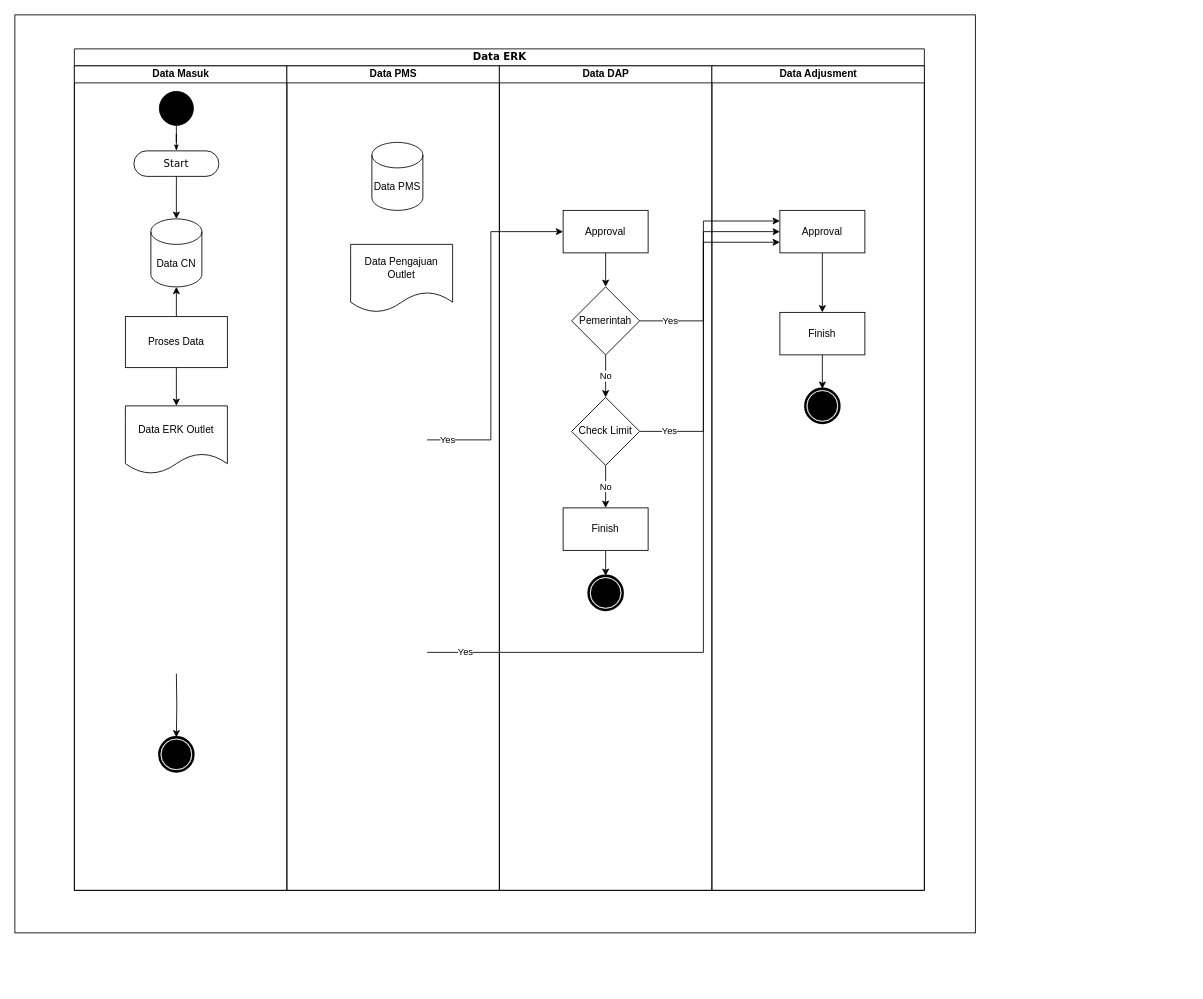
This is page "BP-ERK" (3 of 5) of Sitemap-PieMeS.drawio from muhamadfarkhan/system-analyst, a draw.io file, before an edit. Source tidied: cells renumbered, new cells numbered last; positions are measured from the earlier drawing's top-left corner, leaving out a move shared by most shapes. Both pictures are drawn from the tidied source at 85%, with x=0, y=0 at pixel (14, 14).
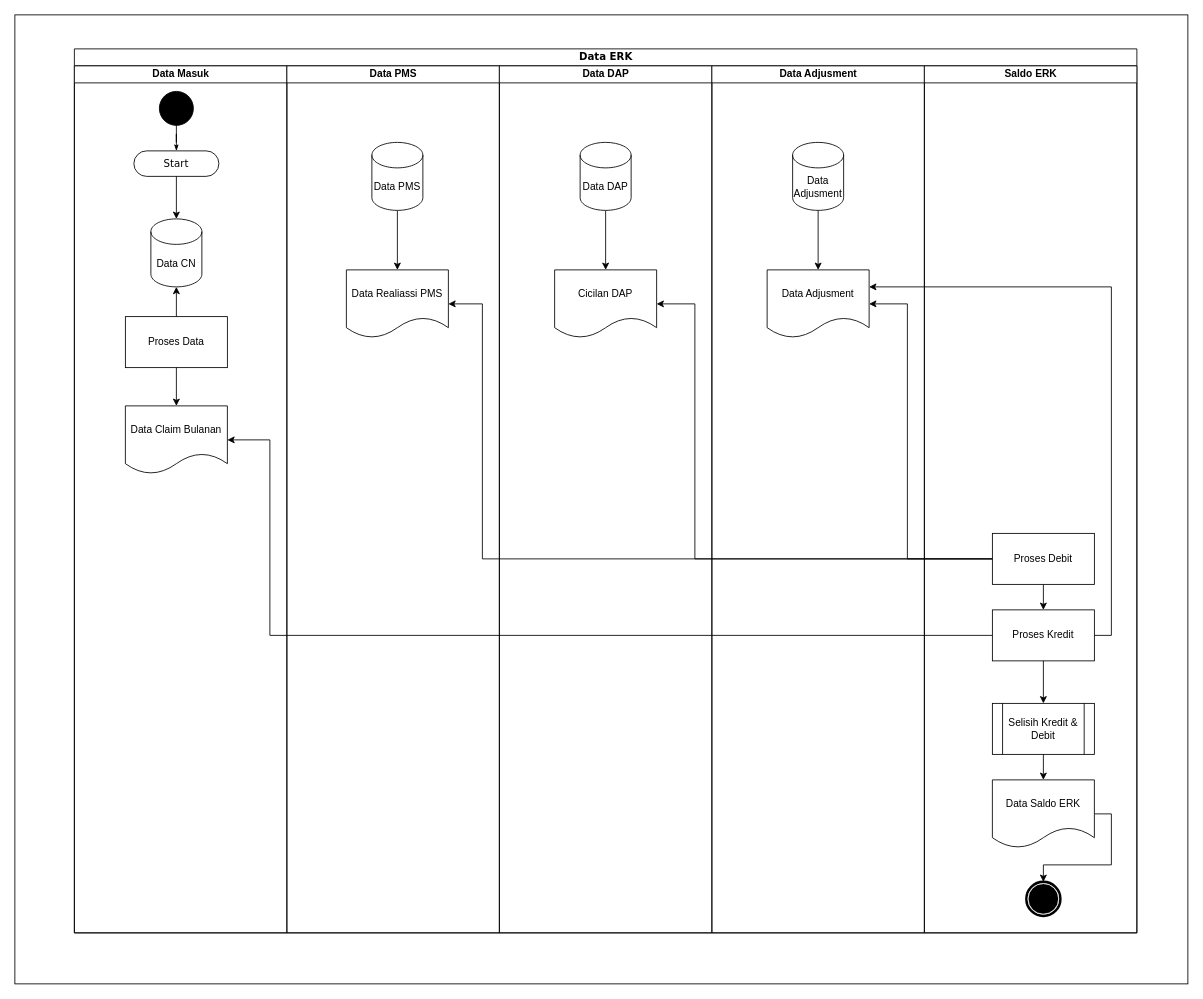
Above is the later version.

Unchanged cells that the change refers to:
```xml
<mxCell id="38" value="Data PMS" style="shape=cylinder3;whiteSpace=wrap;html=1;boundedLbl=1;backgroundOutline=1;size=15;" parent="1" vertex="1">
  <mxGeometry x="420" y="150" width="60" height="80" as="geometry" />
</mxCell>
```

Diff of the diagram source:
```diff
@@
     <mxCell id="2" style="rounded=0;whiteSpace=wrap;html=1;" parent="1" vertex="1">
-      <mxGeometry width="1130" height="1080" as="geometry" />
+      <mxGeometry width="1380" height="1140" as="geometry" />
     </mxCell>
     <mxCell id="3" value="Data ERK" style="swimlane;html=1;startSize=20;rounded=0;shadow=0;comic=0;labelBackgroundColor=none;strokeWidth=1;fontFamily=Verdana;fontSize=12;align=center;" parent="1" vertex="1">
-      <mxGeometry x="70" y="40" width="1000" height="990" as="geometry" />
+      <mxGeometry x="70" y="40" width="1250" height="1040" as="geometry" />
     </mxCell>
     <mxCell id="4" value="Data Masuk" style="swimlane;html=1;startSize=20;" parent="3" vertex="1">
-      <mxGeometry y="20" width="250" height="970" as="geometry" />
+      <mxGeometry y="20" width="250" height="1020" as="geometry" />
     </mxCell>
@@
-    <mxCell id="9" style="shape=mxgraph.bpmn.shape;html=1;verticalLabelPosition=bottom;labelBackgroundColor=#ffffff;verticalAlign=top;perimeter=ellipsePerimeter;outline=end;symbol=terminate;rounded=0;shadow=0;comic=0;strokeWidth=1;fontFamily=Verdana;fontSize=12;align=center;" parent="4" vertex="1">
-      <mxGeometry x="100" y="790" width="40" height="40" as="geometry" />
-    </mxCell>
-    <mxCell id="10" style="edgeStyle=orthogonalEdgeStyle;rounded=0;jettySize=auto;html=1;exitX=0.5;exitY=1;exitDx=0;exitDy=0;entryX=0.5;entryY=0;entryDx=0;entryDy=0;" parent="4" edge="1" target="9">
-      <mxGeometry relative="1" as="geometry">
-        <mxPoint x="120" y="715" as="sourcePoint" />
-      </mxGeometry>
-    </mxCell>
     <mxCell id="11" value="Data PMS" style="swimlane;html=1;startSize=20;" parent="3" vertex="1">
-      <mxGeometry x="250" y="20" width="250" height="970" as="geometry" />
+      <mxGeometry x="250" y="20" width="250" height="1020" as="geometry" />
     </mxCell>
-    <mxCell id="12" value="Data Pengajuan Outlet" style="shape=document;whiteSpace=wrap;html=1;boundedLbl=1;" parent="11" vertex="1">
-      <mxGeometry x="75" y="210" width="120" height="80" as="geometry" />
+    <mxCell id="12" value="Data Realiassi PMS" style="shape=document;whiteSpace=wrap;html=1;boundedLbl=1;" parent="11" vertex="1">
+      <mxGeometry x="70" y="240" width="120" height="80" as="geometry" />
     </mxCell>
-    <mxCell id="13" value="Yes" style="edgeStyle=orthogonalEdgeStyle;rounded=0;jettySize=auto;html=1;exitX=1;exitY=0.5;exitDx=0;exitDy=0;entryX=0;entryY=0.25;entryDx=0;entryDy=0;" parent="3" edge="1" source="19" target="28">
-      <mxGeometry x="-0.75" relative="1" as="geometry">
-        <Array as="points">
-          <mxPoint x="740" y="320" />
-          <mxPoint x="740" y="203" />
-        </Array>
-        <mxPoint x="1" as="offset" />
-      </mxGeometry>
-    </mxCell>
-    <mxCell id="14" value="Yes" style="edgeStyle=orthogonalEdgeStyle;rounded=0;jettySize=auto;html=1;exitX=1;exitY=0.5;exitDx=0;exitDy=0;entryX=0;entryY=0.5;entryDx=0;entryDy=0;" parent="3" edge="1" target="17">
-      <mxGeometry x="-0.88" relative="1" as="geometry">
-        <mxPoint x="415" y="460" as="sourcePoint" />
-        <Array as="points">
-          <mxPoint x="490" y="460" />
-          <mxPoint x="490" y="215" />
-        </Array>
-      </mxGeometry>
-    </mxCell>
     <mxCell id="15" value="Data DAP" style="swimlane;html=1;startSize=20;" parent="3" vertex="1">
-      <mxGeometry x="500" y="20" width="250" height="970" as="geometry" />
+      <mxGeometry x="500" y="20" width="250" height="1020" as="geometry" />
     </mxCell>
-    <mxCell id="16" style="edgeStyle=orthogonalEdgeStyle;rounded=0;jettySize=auto;html=1;exitX=0.5;exitY=1;exitDx=0;exitDy=0;" parent="15" edge="1" source="17" target="19">
-      <mxGeometry relative="1" as="geometry" />
-    </mxCell>
-    <mxCell id="17" value="Approval" style="html=1;dashed=0;whiteSpace=wrap;" parent="15" vertex="1">
-      <mxGeometry x="75" y="170" width="100" height="50" as="geometry" />
-    </mxCell>
-    <mxCell id="18" value="No" style="edgeStyle=orthogonalEdgeStyle;rounded=0;jettySize=auto;html=1;exitX=0.5;exitY=1;exitDx=0;exitDy=0;" parent="15" edge="1" source="19" target="21">
-      <mxGeometry relative="1" as="geometry" />
-    </mxCell>
-    <mxCell id="19" value="Pemerintah" style="rhombus;whiteSpace=wrap;html=1;" parent="15" vertex="1">
-      <mxGeometry x="85" y="260" width="80" height="80" as="geometry" />
-    </mxCell>
-    <mxCell id="20" value="No" style="edgeStyle=orthogonalEdgeStyle;rounded=0;jettySize=auto;html=1;exitX=0.5;exitY=1;exitDx=0;exitDy=0;entryX=0.5;entryY=0;entryDx=0;entryDy=0;" parent="15" edge="1" source="21" target="23">
-      <mxGeometry relative="1" as="geometry" />
-    </mxCell>
-    <mxCell id="21" value="Check Limit" style="rhombus;whiteSpace=wrap;html=1;" parent="15" vertex="1">
-      <mxGeometry x="85" y="390" width="80" height="80" as="geometry" />
-    </mxCell>
-    <mxCell id="22" style="edgeStyle=orthogonalEdgeStyle;rounded=0;jettySize=auto;html=1;exitX=0.5;exitY=1;exitDx=0;exitDy=0;entryX=0.5;entryY=0;entryDx=0;entryDy=0;" parent="15" edge="1" source="23" target="24">
-      <mxGeometry relative="1" as="geometry" />
-    </mxCell>
-    <mxCell id="23" value="Finish" style="html=1;dashed=0;whiteSpace=wrap;" parent="15" vertex="1">
-      <mxGeometry x="75" y="520" width="100" height="50" as="geometry" />
-    </mxCell>
-    <mxCell id="24" style="shape=mxgraph.bpmn.shape;html=1;verticalLabelPosition=bottom;labelBackgroundColor=#ffffff;verticalAlign=top;perimeter=ellipsePerimeter;outline=end;symbol=terminate;rounded=0;shadow=0;comic=0;strokeWidth=1;fontFamily=Verdana;fontSize=12;align=center;" parent="15" vertex="1">
-      <mxGeometry x="105" y="600" width="40" height="40" as="geometry" />
-    </mxCell>
+    <mxCell id="39" value="Cicilan DAP" style="shape=document;whiteSpace=wrap;html=1;boundedLbl=1;" parent="15" vertex="1">
+      <mxGeometry x="65" y="240" width="120" height="80" as="geometry" />
+    </mxCell>
+    <mxCell id="40" style="edgeStyle=orthogonalEdgeStyle;rounded=0;jettySize=auto;html=1;exitX=0.5;exitY=1;exitDx=0;exitDy=0;exitPerimeter=0;" parent="15" edge="1" source="41" target="39">
+      <mxGeometry relative="1" as="geometry" />
+    </mxCell>
+    <mxCell id="41" value="Data DAP" style="shape=cylinder3;whiteSpace=wrap;html=1;boundedLbl=1;backgroundOutline=1;size=15;" parent="15" vertex="1">
+      <mxGeometry x="95" y="90" width="60" height="80" as="geometry" />
+    </mxCell>
     <mxCell id="25" value="Data Adjusment" style="swimlane;html=1;startSize=20;" parent="3" vertex="1">
-      <mxGeometry x="750" y="20" width="250" height="970" as="geometry" />
+      <mxGeometry x="750" y="20" width="250" height="1020" as="geometry" />
     </mxCell>
-    <mxCell id="26" style="shape=mxgraph.bpmn.shape;html=1;verticalLabelPosition=bottom;labelBackgroundColor=#ffffff;verticalAlign=top;perimeter=ellipsePerimeter;outline=end;symbol=terminate;rounded=0;shadow=0;comic=0;strokeWidth=1;fontFamily=Verdana;fontSize=12;align=center;" parent="25" vertex="1">
-      <mxGeometry x="110" y="380" width="40" height="40" as="geometry" />
-    </mxCell>
-    <mxCell id="27" style="edgeStyle=orthogonalEdgeStyle;rounded=0;jettySize=auto;html=1;exitX=0.5;exitY=1;exitDx=0;exitDy=0;" parent="25" edge="1" source="28" target="30">
-      <mxGeometry relative="1" as="geometry" />
-    </mxCell>
-    <mxCell id="28" value="Approval" style="html=1;dashed=0;whiteSpace=wrap;" parent="25" vertex="1">
-      <mxGeometry x="80" y="170" width="100" height="50" as="geometry" />
-    </mxCell>
-    <mxCell id="29" style="edgeStyle=orthogonalEdgeStyle;rounded=0;jettySize=auto;html=1;exitX=0.5;exitY=1;exitDx=0;exitDy=0;entryX=0.5;entryY=0;entryDx=0;entryDy=0;" parent="25" edge="1" source="30" target="26">
-      <mxGeometry relative="1" as="geometry" />
-    </mxCell>
-    <mxCell id="30" value="Finish" style="html=1;dashed=0;whiteSpace=wrap;" parent="25" vertex="1">
-      <mxGeometry x="80" y="290" width="100" height="50" as="geometry" />
-    </mxCell>
-    <mxCell id="31" value="Yes" style="edgeStyle=orthogonalEdgeStyle;rounded=0;jettySize=auto;html=1;exitX=1;exitY=0.5;exitDx=0;exitDy=0;entryX=0;entryY=0.75;entryDx=0;entryDy=0;" parent="3" edge="1" target="28">
-      <mxGeometry x="-0.9" relative="1" as="geometry">
-        <mxPoint x="415" y="710" as="sourcePoint" />
-        <Array as="points">
-          <mxPoint x="740" y="710" />
-          <mxPoint x="740" y="228" />
-        </Array>
-      </mxGeometry>
-    </mxCell>
-    <mxCell id="32" value="Yes" style="edgeStyle=orthogonalEdgeStyle;rounded=0;jettySize=auto;html=1;exitX=1;exitY=0.5;exitDx=0;exitDy=0;entryX=0;entryY=0.5;entryDx=0;entryDy=0;" parent="3" edge="1" source="21" target="28">
-      <mxGeometry x="-0.82" relative="1" as="geometry">
-        <Array as="points">
-          <mxPoint x="740" y="450" />
-          <mxPoint x="740" y="215" />
-        </Array>
-        <mxPoint x="-1" as="offset" />
-      </mxGeometry>
-    </mxCell>
+    <mxCell id="42" value="Data Adjusment" style="shape=document;whiteSpace=wrap;html=1;boundedLbl=1;" parent="25" vertex="1">
+      <mxGeometry x="65" y="240" width="120" height="80" as="geometry" />
+    </mxCell>
+    <mxCell id="43" style="edgeStyle=orthogonalEdgeStyle;rounded=0;jettySize=auto;html=1;exitX=0.5;exitY=1;exitDx=0;exitDy=0;exitPerimeter=0;" parent="25" edge="1" source="44" target="42">
+      <mxGeometry relative="1" as="geometry" />
+    </mxCell>
+    <mxCell id="44" value="Data Adjusment" style="shape=cylinder3;whiteSpace=wrap;html=1;boundedLbl=1;backgroundOutline=1;size=15;" parent="25" vertex="1">
+      <mxGeometry x="95" y="90" width="60" height="80" as="geometry" />
+    </mxCell>
+    <mxCell id="45" value="Saldo ERK" style="swimlane;html=1;startSize=20;" parent="3" vertex="1">
+      <mxGeometry x="1000" y="20" width="250" height="1020" as="geometry" />
+    </mxCell>
+    <mxCell id="46" value="Proses Kredit" style="whiteSpace=wrap;html=1;dashed=0;" parent="45" vertex="1">
+      <mxGeometry x="80" y="640" width="120" height="60" as="geometry" />
+    </mxCell>
+    <mxCell id="47" style="edgeStyle=orthogonalEdgeStyle;rounded=0;jettySize=auto;html=1;exitX=0.5;exitY=1;exitDx=0;exitDy=0;entryX=0.5;entryY=0;entryDx=0;entryDy=0;" parent="45" edge="1" source="48" target="46">
+      <mxGeometry relative="1" as="geometry" />
+    </mxCell>
+    <mxCell id="48" value="Proses Debit" style="whiteSpace=wrap;html=1;dashed=0;" parent="45" vertex="1">
+      <mxGeometry x="80" y="550" width="120" height="60" as="geometry" />
+    </mxCell>
+    <mxCell id="49" value="Selisih Kredit &amp;amp; Debit" style="shape=process;whiteSpace=wrap;html=1;backgroundOutline=1;" parent="45" vertex="1">
+      <mxGeometry x="80" y="750" width="120" height="60" as="geometry" />
+    </mxCell>
+    <mxCell id="50" style="edgeStyle=orthogonalEdgeStyle;rounded=0;jettySize=auto;html=1;exitX=0.5;exitY=1;exitDx=0;exitDy=0;entryX=0.5;entryY=0;entryDx=0;entryDy=0;" parent="45" edge="1" source="46" target="49">
+      <mxGeometry relative="1" as="geometry" />
+    </mxCell>
+    <mxCell id="51" style="shape=mxgraph.bpmn.shape;html=1;verticalLabelPosition=bottom;labelBackgroundColor=#ffffff;verticalAlign=top;perimeter=ellipsePerimeter;outline=end;symbol=terminate;rounded=0;shadow=0;comic=0;strokeWidth=1;fontFamily=Verdana;fontSize=12;align=center;" parent="45" vertex="1">
+      <mxGeometry x="120" y="960" width="40" height="40" as="geometry" />
+    </mxCell>
+    <mxCell id="52" style="edgeStyle=orthogonalEdgeStyle;rounded=0;jettySize=auto;html=1;exitX=0;exitY=0.5;exitDx=0;exitDy=0;entryX=1;entryY=0.5;entryDx=0;entryDy=0;" parent="3" edge="1" source="48" target="12">
+      <mxGeometry relative="1" as="geometry">
+        <Array as="points">
+          <mxPoint x="480" y="600" />
+          <mxPoint x="480" y="300" />
+        </Array>
+      </mxGeometry>
+    </mxCell>
+    <mxCell id="53" style="edgeStyle=orthogonalEdgeStyle;rounded=0;jettySize=auto;html=1;exitX=0;exitY=0.5;exitDx=0;exitDy=0;entryX=1;entryY=0.5;entryDx=0;entryDy=0;" parent="3" edge="1" source="48" target="39">
+      <mxGeometry relative="1" as="geometry">
+        <Array as="points">
+          <mxPoint x="730" y="600" />
+          <mxPoint x="730" y="300" />
+        </Array>
+      </mxGeometry>
+    </mxCell>
+    <mxCell id="54" style="edgeStyle=orthogonalEdgeStyle;rounded=0;jettySize=auto;html=1;exitX=0;exitY=0.5;exitDx=0;exitDy=0;entryX=1;entryY=0.5;entryDx=0;entryDy=0;" parent="3" edge="1" source="48" target="42">
+      <mxGeometry relative="1" as="geometry">
+        <Array as="points">
+          <mxPoint x="980" y="600" />
+          <mxPoint x="980" y="300" />
+        </Array>
+      </mxGeometry>
+    </mxCell>
+    <mxCell id="55" style="edgeStyle=orthogonalEdgeStyle;rounded=0;jettySize=auto;html=1;exitX=1;exitY=0.5;exitDx=0;exitDy=0;entryX=1;entryY=0.25;entryDx=0;entryDy=0;" parent="3" edge="1" source="46" target="42">
+      <mxGeometry relative="1" as="geometry" />
+    </mxCell>
@@
-    <mxCell id="36" value="Data ERK Outlet" style="shape=document;whiteSpace=wrap;html=1;boundedLbl=1;" parent="1" vertex="1">
+    <mxCell id="36" value="Data Claim Bulanan" style="shape=document;whiteSpace=wrap;html=1;boundedLbl=1;" parent="1" vertex="1">
       <mxGeometry x="130" y="460" width="120" height="80" as="geometry" />
     </mxCell>
@@
+    <mxCell id="56" style="edgeStyle=orthogonalEdgeStyle;rounded=0;jettySize=auto;html=1;exitX=0.5;exitY=1;exitDx=0;exitDy=0;exitPerimeter=0;" parent="1" edge="1" source="38" target="12">
+      <mxGeometry relative="1" as="geometry" />
+    </mxCell>
@@
+    <mxCell id="57" style="edgeStyle=orthogonalEdgeStyle;rounded=0;jettySize=auto;html=1;exitX=0;exitY=0.5;exitDx=0;exitDy=0;entryX=1;entryY=0.5;entryDx=0;entryDy=0;" parent="1" edge="1" source="46" target="36">
+      <mxGeometry relative="1" as="geometry">
+        <Array as="points">
+          <mxPoint x="300" y="730" />
+          <mxPoint x="300" y="500" />
+        </Array>
+      </mxGeometry>
+    </mxCell>
+    <mxCell id="58" style="edgeStyle=orthogonalEdgeStyle;rounded=0;jettySize=auto;html=1;exitX=1;exitY=0.5;exitDx=0;exitDy=0;entryX=0.5;entryY=0;entryDx=0;entryDy=0;" parent="1" edge="1" source="59" target="51">
+      <mxGeometry relative="1" as="geometry" />
+    </mxCell>
+    <mxCell id="59" value="Data Saldo ERK" style="shape=document;whiteSpace=wrap;html=1;boundedLbl=1;" parent="1" vertex="1">
+      <mxGeometry x="1150" y="900" width="120" height="80" as="geometry" />
+    </mxCell>
+    <mxCell id="60" style="edgeStyle=orthogonalEdgeStyle;rounded=0;jettySize=auto;html=1;exitX=0.5;exitY=1;exitDx=0;exitDy=0;entryX=0.5;entryY=0;entryDx=0;entryDy=0;" parent="1" edge="1" source="49" target="59">
+      <mxGeometry relative="1" as="geometry" />
+    </mxCell>
```
